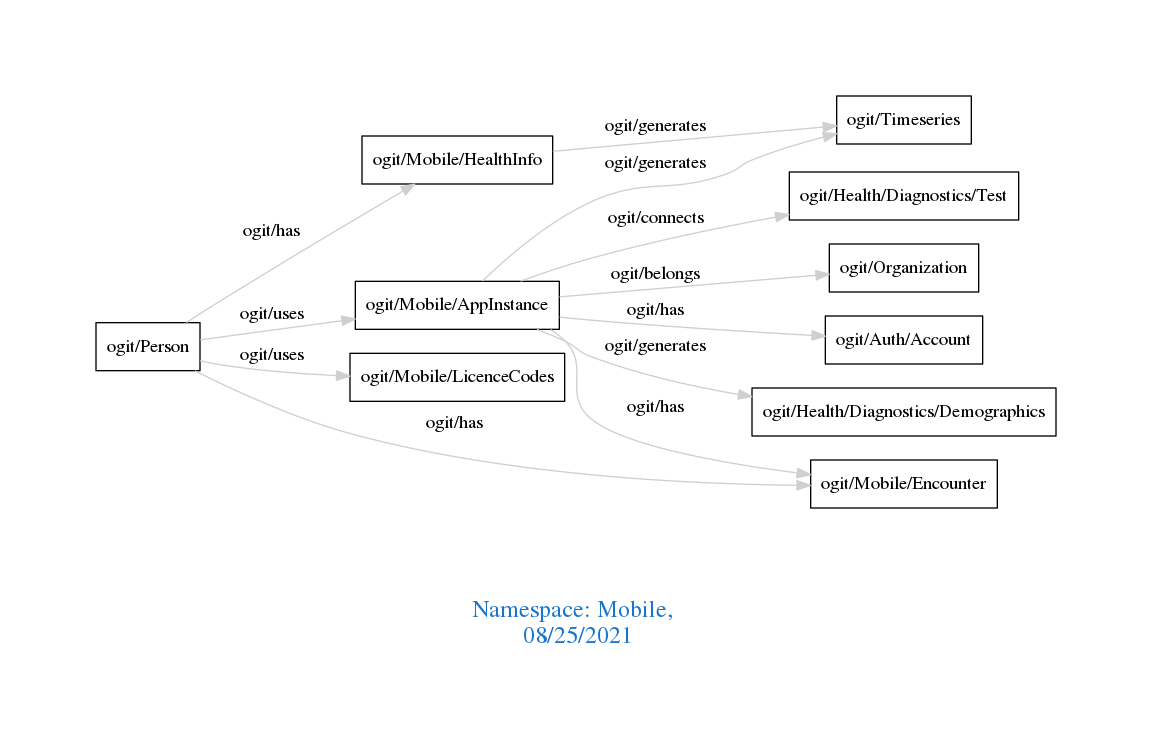
arago/OGIT keeps this Graphviz diagram as downloads/Mobile.png. Above is the earlier version. Its source is kept beside it as downloads/Mobile.dot.
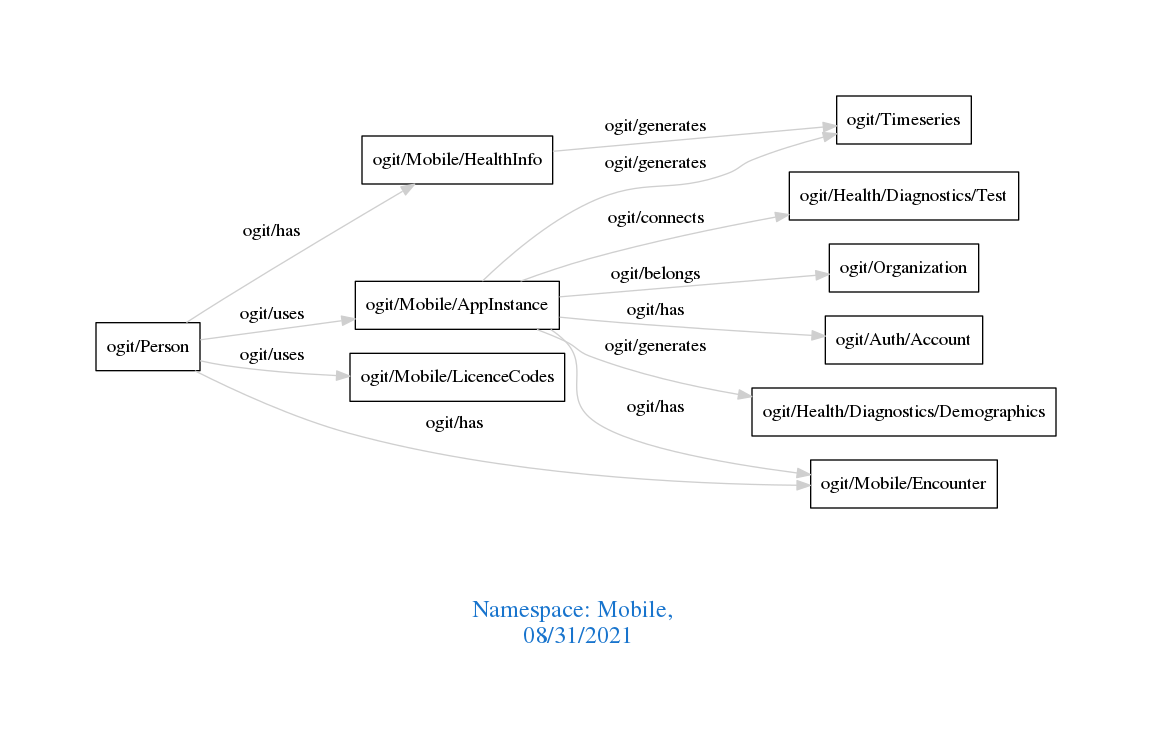
After the commit.

Diff of the diagram source:
```diff
@@ -1,7 +1,7 @@
 digraph OGIT_ontology {
  graph [ rankdir= LR,pad=1
 fontsize = 18,
-fontcolor= dodgerblue3,label = "\n\n\nNamespace: Mobile, \n 08/25/2021"];
+fontcolor= dodgerblue3,label = "\n\n\nNamespace: Mobile, \n 08/31/2021"];
 node[shape=polygon];
 edge [  color="gray81"];
 
```
